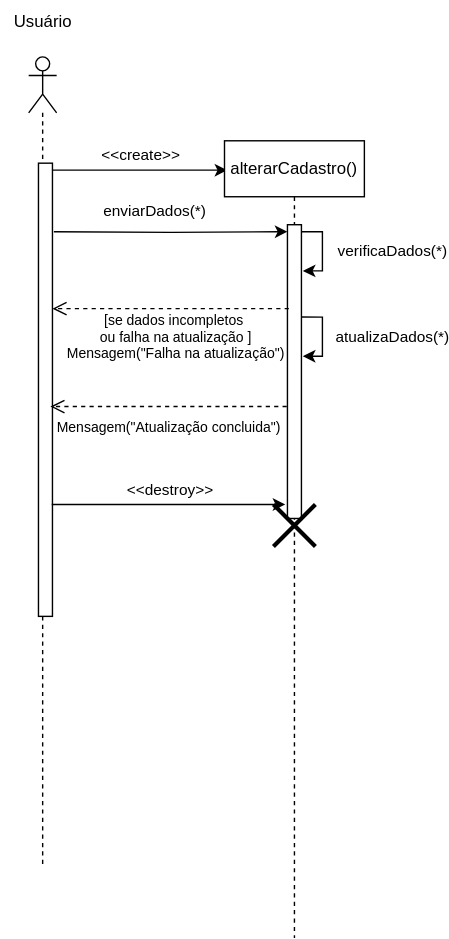
Before: Diagrama 3.drawio.svg, a diagram exported from draw.io (JesCat16/Projeto01_Modelagem_De_Software). Source tidied: cells renumbered, new cells last; positions are measured from the earlier drawing's top-left corner, leaving out a move shared by most shapes.
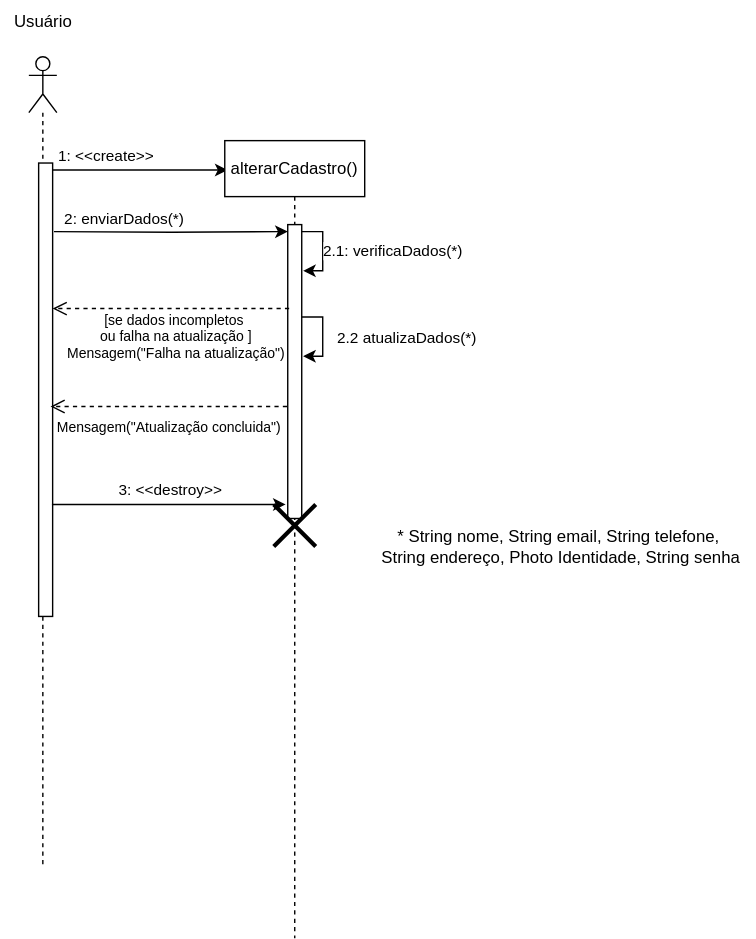
The same diagram one commit later.

The edit, as a diff of the source:
```diff
@@ -10,9 +10,9 @@
         <mxPoint x="142" y="81" as="targetPoint" />
       </mxGeometry>
     </mxCell>
-    <mxCell id="4" value="&amp;lt;&amp;lt;create&amp;gt;&amp;gt;" style="edgeLabel;html=1;align=center;verticalAlign=middle;" parent="3" vertex="1">
+    <mxCell id="4" value="1: &amp;lt;&amp;lt;create&amp;gt;&amp;gt;" style="edgeLabel;html=1;align=center;verticalAlign=middle;" parent="3" vertex="1">
       <mxGeometry x="-0.27" relative="1" as="geometry">
-        <mxPoint x="17" y="-11" as="offset" />
+        <mxPoint x="-8" y="-10" as="offset" />
       </mxGeometry>
     </mxCell>
     <mxCell id="5" style="html=1;points=[[0,0,0,0,5],[0,1,0,0,-5],[1,0,0,0,5],[1,1,0,0,-5]];perimeter=orthogonalPerimeter;outlineConnect=0;targetShapes=umlLifeline;portConstraint=eastwest;newEdgeStyle={&quot;curved&quot;:0,&quot;rounded&quot;:0};" parent="2" vertex="1">
@@ -36,7 +36,7 @@
         </Array>
       </mxGeometry>
     </mxCell>
-    <mxCell id="10" value="verificaDados(*)" style="edgeLabel;html=1;align=center;verticalAlign=middle;" parent="9" vertex="1">
+    <mxCell id="10" value="2.1: verificaDados(*)" style="edgeLabel;html=1;align=center;verticalAlign=middle;" parent="9" vertex="1">
       <mxGeometry x="-0.02" y="-1" relative="1" as="geometry">
         <mxPoint x="51" as="offset" />
       </mxGeometry>
@@ -49,9 +49,9 @@
         <mxPoint x="38" y="165" as="sourcePoint" />
       </mxGeometry>
     </mxCell>
-    <mxCell id="13" value="enviarDados(*)" style="edgeLabel;html=1;align=center;verticalAlign=middle;" parent="12" vertex="1">
+    <mxCell id="13" value="2: enviarDados(*)" style="edgeLabel;html=1;align=center;verticalAlign=middle;" parent="12" vertex="1">
       <mxGeometry x="-0.68" y="2" relative="1" as="geometry">
-        <mxPoint x="45" y="-13" as="offset" />
+        <mxPoint x="23" y="-7" as="offset" />
       </mxGeometry>
     </mxCell>
     <mxCell id="14" value="[se dados incompletos&amp;nbsp;&lt;div&gt;&lt;span style=&quot;background-color: initial;&quot;&gt;ou falha na atualização ]&lt;/span&gt;&lt;div style=&quot;font-size: 10px;&quot;&gt;Mensagem(&quot;Falha na atualização&quot;)&lt;/div&gt;&lt;/div&gt;" style="text;html=1;align=center;verticalAlign=middle;strokeColor=none;fillColor=none;fontSize=10;" parent="1" vertex="1">
@@ -73,9 +73,9 @@
         </Array>
       </mxGeometry>
     </mxCell>
-    <mxCell id="17" value="atualizaDados(*)" style="edgeLabel;html=1;align=center;verticalAlign=middle;" parent="16" vertex="1">
+    <mxCell id="17" value="2.2 atualizaDados(*)" style="edgeLabel;html=1;align=center;verticalAlign=middle;" parent="16" vertex="1">
       <mxGeometry x="-0.02" y="-1" relative="1" as="geometry">
-        <mxPoint x="51" as="offset" />
+        <mxPoint x="61" y="1" as="offset" />
       </mxGeometry>
     </mxCell>
     <mxCell id="18" value="&lt;div&gt;&lt;div style=&quot;font-size: 10px;&quot;&gt;Mensagem(&quot;Atualização concluida&quot;)&lt;/div&gt;&lt;/div&gt;" style="text;html=1;align=center;verticalAlign=middle;strokeColor=none;fillColor=none;fontSize=10;" parent="1" vertex="1">
@@ -93,10 +93,13 @@
         <mxPoint x="203.5" y="360" as="targetPoint" />
       </mxGeometry>
     </mxCell>
-    <mxCell id="21" value="&amp;lt;&amp;lt;destroy&amp;gt;&amp;gt;" style="edgeLabel;html=1;align=center;verticalAlign=middle;" parent="20" vertex="1">
+    <mxCell id="21" value="3: &amp;lt;&amp;lt;destroy&amp;gt;&amp;gt;" style="edgeLabel;html=1;align=center;verticalAlign=middle;" parent="20" vertex="1">
       <mxGeometry x="-0.68" y="2" relative="1" as="geometry">
         <mxPoint x="57" y="-8" as="offset" />
       </mxGeometry>
     </mxCell>
+    <mxCell id="22" value="* String nome, String email, String telefone,&amp;nbsp;&lt;div&gt;String endereço, Photo Identidade, String senha&lt;/div&gt;" style="text;html=1;align=center;verticalAlign=middle;strokeColor=none;fillColor=none;" parent="1" vertex="1">
+      <mxGeometry x="260" y="370" width="280" height="40" as="geometry" />
+    </mxCell>
   </root>
 </mxGraphModel>
```
